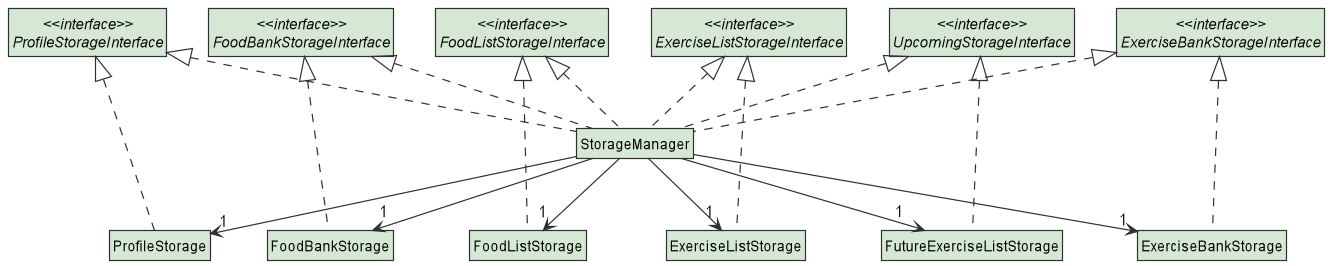
Before: docs/images/StorageManagerClassDiagram.png, a diagram exported from PlantUML (tryyang2001/tp). Its source is kept beside it as docs/diagrams/StorageManagerClassDiagram.puml. The source it was exported from:
```plantuml
@startuml

!include Style.puml
hide class fields
hide class methods
hide interface fields
hide interface methods

class StorageManager STORAGE_COLOUR
class ProfileStorage STORAGE_COLOUR
class FoodBankStorage STORAGE_COLOUR
class FoodListStorage STORAGE_COLOUR
class ExerciseListStorage STORAGE_COLOUR
class FutureExerciseListStorage STORAGE_COLOUR
class ExerciseBankStorage STORAGE_COLOUR
interface "<<interface>>\nProfileStorageInterface" STORAGE_COLOUR
interface "<<interface>>\nFoodBankStorageInterface" STORAGE_COLOUR
interface "<<interface>>\nExerciseBankStorageInterface" STORAGE_COLOUR
interface "<<interface>>\nFoodListStorageInterface" STORAGE_COLOUR
interface "<<interface>>\nExerciseListStorageInterface" STORAGE_COLOUR
interface "<<interface>>\nUpcomingStorageInterface" STORAGE_COLOUR

"<<interface>>\nProfileStorageInterface" <|.. StorageManager
"<<interface>>\nFoodBankStorageInterface" <|.. StorageManager
"<<interface>>\nExerciseBankStorageInterface" <|.. StorageManager
"<<interface>>\nFoodListStorageInterface" <|.. StorageManager
"<<interface>>\nExerciseListStorageInterface" <|.. StorageManager
"<<interface>>\nUpcomingStorageInterface" <|.. StorageManager

"<<interface>>\nProfileStorageInterface" <|.. ProfileStorage
"<<interface>>\nFoodBankStorageInterface" <|.. FoodBankStorage
"<<interface>>\nExerciseBankStorageInterface" <|.. ExerciseBankStorage
"<<interface>>\nFoodListStorageInterface" <|.. FoodListStorage
"<<interface>>\nExerciseListStorageInterface" <|.. ExerciseListStorage
"<<interface>>\nUpcomingStorageInterface" <|.. FutureExerciseListStorage

StorageManager --> "1" ProfileStorage
StorageManager --> "1" FoodBankStorage
StorageManager --> "1" ExerciseBankStorage
StorageManager --> "1" FoodListStorage
StorageManager --> "1" ExerciseListStorage
StorageManager --> "1" FutureExerciseListStorage

@enduml
```
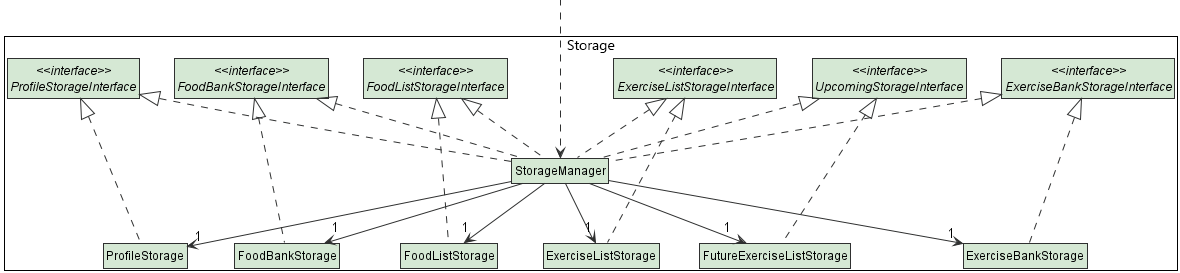
Later version of the same file.

What changed in the source:
```diff
@@ -20,6 +20,7 @@
 interface "<<interface>>\nExerciseListStorageInterface" STORAGE_COLOUR
 interface "<<interface>>\nUpcomingStorageInterface" STORAGE_COLOUR
 
+StorageManager <.up.. " "
 "<<interface>>\nProfileStorageInterface" <|.. StorageManager
 "<<interface>>\nFoodBankStorageInterface" <|.. StorageManager
 "<<interface>>\nExerciseBankStorageInterface" <|.. StorageManager
```
